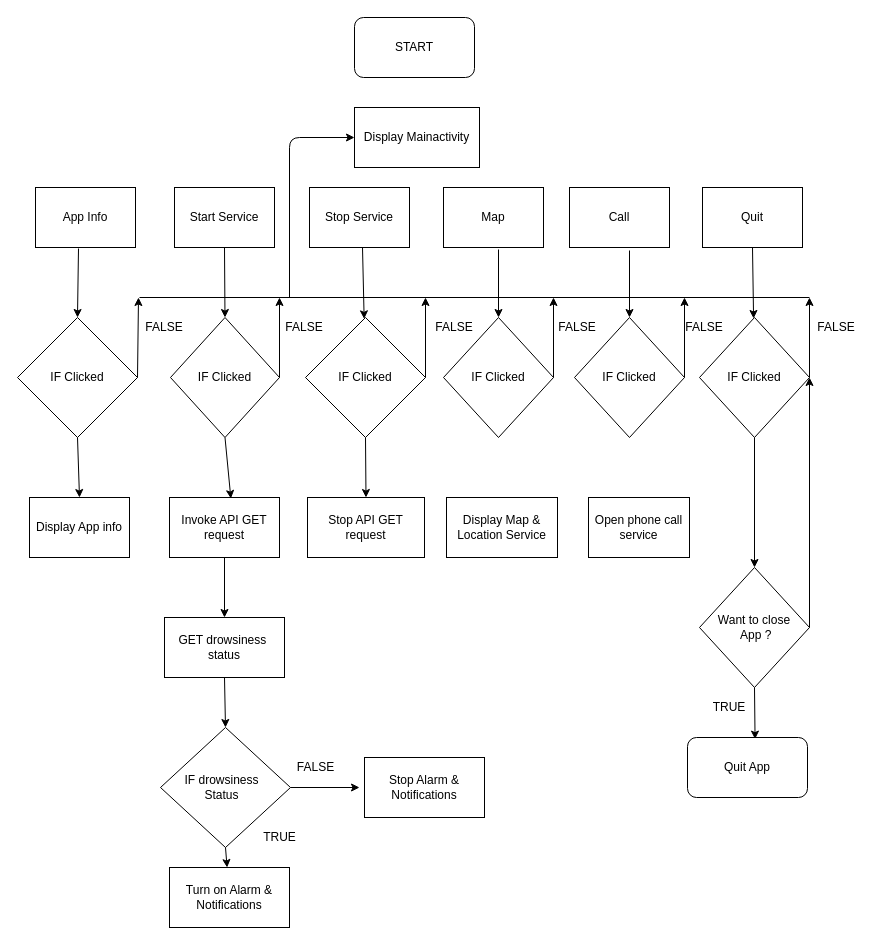
Before: system design flowchart.drawio in jonamadk/DrawIO, a draw.io diagram. Source tidied: cells renumbered, new cells numbered last; positions are measured from the earlier drawing's top-left corner, leaving out a move shared by most shapes. Both pictures are drawn from the tidied source at 100%, with x=0, y=0 at pixel (17, 17).
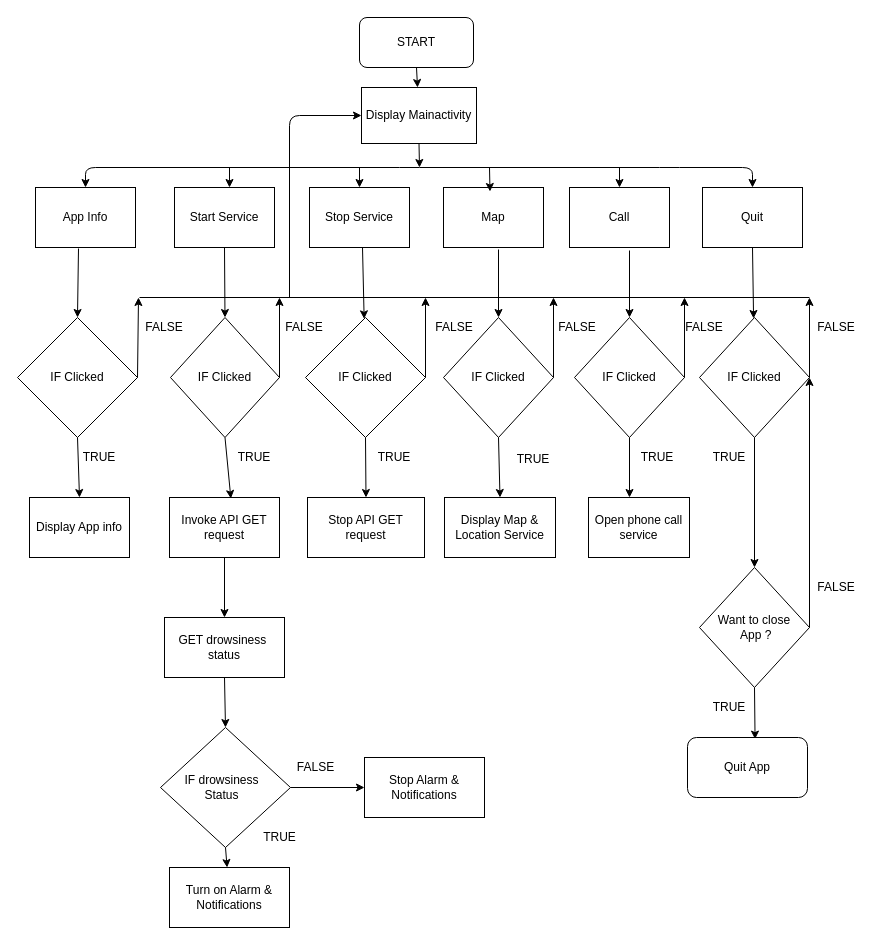
After the change.

The change refers to these unchanged cells:
```xml
<mxCell id="3" value="App Info" style="rounded=0;whiteSpace=wrap;html=1;" parent="1" vertex="1">
  <mxGeometry x="18" y="170" width="100" height="60" as="geometry" />
</mxCell>
<mxCell id="7" value="Stop Service" style="rounded=0;whiteSpace=wrap;html=1;" parent="1" vertex="1">
  <mxGeometry x="292" y="170" width="100" height="60" as="geometry" />
</mxCell>
<mxCell id="9" value="Call" style="rounded=0;whiteSpace=wrap;html=1;" parent="1" vertex="1">
  <mxGeometry x="552" y="170" width="100" height="60" as="geometry" />
</mxCell>
<mxCell id="12" value="IF Clicked" style="rhombus;whiteSpace=wrap;html=1;" parent="1" vertex="1">
  <mxGeometry x="426" y="300" width="110" height="120" as="geometry" />
</mxCell>
<mxCell id="13" value="IF Clicked" style="rhombus;whiteSpace=wrap;html=1;" parent="1" vertex="1">
  <mxGeometry x="557" y="300" width="110" height="120" as="geometry" />
</mxCell>
<mxCell id="17" style="rhombus;whiteSpace=wrap;html=1;" parent="1" vertex="1">
  <mxGeometry x="143" y="710" width="130" height="120" as="geometry" />
</mxCell>
<mxCell id="20" value="Stop Alarm &amp;amp; Notifications" style="rounded=0;whiteSpace=wrap;html=1;" parent="1" vertex="1">
  <mxGeometry x="347" y="740" width="120" height="60" as="geometry" />
</mxCell>
<mxCell id="33" value="Quit" style="rounded=0;whiteSpace=wrap;html=1;" parent="1" vertex="1">
  <mxGeometry x="685" y="170" width="100" height="60" as="geometry" />
</mxCell>
```

What changed in the source:
```diff
@@
     <mxCell id="2" value="START&lt;br&gt;" style="rounded=1;whiteSpace=wrap;html=1;" parent="1" vertex="1">
-      <mxGeometry x="337" width="120" height="60" as="geometry" />
+      <mxGeometry x="342" width="114" height="50" as="geometry" />
     </mxCell>
@@
     <mxCell id="4" value="Display Mainactivity" style="rounded=0;whiteSpace=wrap;html=1;" parent="1" vertex="1">
-      <mxGeometry x="337" y="90" width="125" height="60" as="geometry" />
+      <mxGeometry x="344" y="70" width="115" height="56" as="geometry" />
     </mxCell>
@@
-    <mxCell id="24" style="endArrow=classic;html=1;exitX=1;exitY=0.5;exitDx=0;exitDy=0;" parent="1" edge="1" source="17">
-      <mxGeometry relative="1" as="geometry">
-        <mxPoint x="342" y="770" as="targetPoint" />
-      </mxGeometry>
+    <mxCell id="24" style="endArrow=classic;html=1;exitX=1;exitY=0.5;exitDx=0;exitDy=0;entryX=0;entryY=0.5;entryDx=0;entryDy=0;" parent="1" edge="1" source="17" target="20">
+      <mxGeometry relative="1" as="geometry" />
     </mxCell>
@@
     <mxCell id="31" value="Display Map &amp;amp; Location Service" style="rounded=0;whiteSpace=wrap;html=1;" parent="1" vertex="1">
-      <mxGeometry x="429" y="480" width="111" height="60" as="geometry" />
+      <mxGeometry x="427" y="480" width="111" height="60" as="geometry" />
     </mxCell>
@@
     <mxCell id="37" style="endArrow=classic;html=1;entryX=0;entryY=0.5;entryDx=0;entryDy=0;" parent="1" edge="1" target="4">
       <mxGeometry relative="1" as="geometry">
         <mxPoint x="272" y="280" as="sourcePoint" />
         <Array as="points">
-          <mxPoint x="272" y="120" />
+          <mxPoint x="272" y="98" />
         </Array>
       </mxGeometry>
     </mxCell>
@@
+    <mxCell id="61" value="FALSE" style="text;html=1;strokeColor=none;fillColor=none;align=center;verticalAlign=middle;whiteSpace=wrap;rounded=0;" parent="1" vertex="1">
+      <mxGeometry x="799" y="560" width="40" height="20" as="geometry" />
+    </mxCell>
+    <mxCell id="62" value="TRUE" style="text;html=1;strokeColor=none;fillColor=none;align=center;verticalAlign=middle;whiteSpace=wrap;rounded=0;" parent="1" vertex="1">
+      <mxGeometry x="62" y="430" width="40" height="20" as="geometry" />
+    </mxCell>
+    <mxCell id="63" value="TRUE" style="text;html=1;strokeColor=none;fillColor=none;align=center;verticalAlign=middle;whiteSpace=wrap;rounded=0;" parent="1" vertex="1">
+      <mxGeometry x="217" y="430" width="40" height="20" as="geometry" />
+    </mxCell>
+    <mxCell id="64" value="TRUE" style="text;html=1;strokeColor=none;fillColor=none;align=center;verticalAlign=middle;whiteSpace=wrap;rounded=0;" parent="1" vertex="1">
+      <mxGeometry x="357" y="430" width="40" height="20" as="geometry" />
+    </mxCell>
+    <mxCell id="65" value="TRUE" style="text;html=1;strokeColor=none;fillColor=none;align=center;verticalAlign=middle;whiteSpace=wrap;rounded=0;" parent="1" vertex="1">
+      <mxGeometry x="496" y="432" width="40" height="20" as="geometry" />
+    </mxCell>
+    <mxCell id="66" style="endArrow=classic;html=1;exitX=0.5;exitY=1;exitDx=0;exitDy=0;entryX=0.5;entryY=0;entryDx=0;entryDy=0;" parent="1" edge="1" source="12" target="31">
+      <mxGeometry relative="1" as="geometry" />
+    </mxCell>
+    <mxCell id="67" style="endArrow=classic;html=1;exitX=0.5;exitY=1;exitDx=0;exitDy=0;" parent="1" edge="1" source="13">
+      <mxGeometry relative="1" as="geometry">
+        <mxPoint x="612" y="480" as="targetPoint" />
+      </mxGeometry>
+    </mxCell>
+    <mxCell id="68" value="TRUE" style="text;html=1;strokeColor=none;fillColor=none;align=center;verticalAlign=middle;whiteSpace=wrap;rounded=0;" parent="1" vertex="1">
+      <mxGeometry x="620" y="430" width="40" height="20" as="geometry" />
+    </mxCell>
+    <mxCell id="69" style="endArrow=classic;startArrow=classic;html=1;exitX=0.5;exitY=0;exitDx=0;exitDy=0;entryX=0.5;entryY=0;entryDx=0;entryDy=0;" parent="1" edge="1" source="3" target="33">
+      <mxGeometry relative="1" as="geometry">
+        <Array as="points">
+          <mxPoint x="68" y="150" />
+          <mxPoint x="392" y="150" />
+          <mxPoint x="652" y="150" />
+          <mxPoint x="735" y="150" />
+        </Array>
+      </mxGeometry>
+    </mxCell>
+    <mxCell id="70" style="endArrow=classic;html=1;exitX=0.5;exitY=1;exitDx=0;exitDy=0;" parent="1" edge="1" source="4">
+      <mxGeometry relative="1" as="geometry">
+        <mxPoint x="402" y="150" as="targetPoint" />
+      </mxGeometry>
+    </mxCell>
+    <mxCell id="71" style="endArrow=classic;html=1;" parent="1" edge="1" target="7">
+      <mxGeometry relative="1" as="geometry">
+        <mxPoint x="342" y="150" as="sourcePoint" />
+      </mxGeometry>
+    </mxCell>
+    <mxCell id="72" style="endArrow=classic;html=1;exitX=0.5;exitY=1;exitDx=0;exitDy=0;" parent="1" edge="1">
+      <mxGeometry relative="1" as="geometry">
+        <mxPoint x="472" y="150" as="sourcePoint" />
+        <mxPoint x="472.5" y="174" as="targetPoint" />
+      </mxGeometry>
+    </mxCell>
+    <mxCell id="73" style="endArrow=classic;html=1;entryX=0.5;entryY=0;entryDx=0;entryDy=0;" parent="1" edge="1" target="9">
+      <mxGeometry relative="1" as="geometry">
+        <mxPoint x="602" y="150" as="sourcePoint" />
+      </mxGeometry>
+    </mxCell>
+    <mxCell id="74" style="endArrow=classic;html=1;" parent="1" edge="1">
+      <mxGeometry relative="1" as="geometry">
+        <mxPoint x="212" y="150" as="sourcePoint" />
+        <mxPoint x="212" y="170" as="targetPoint" />
+      </mxGeometry>
+    </mxCell>
+    <mxCell id="75" style="endArrow=classic;html=1;exitX=0.5;exitY=1;exitDx=0;exitDy=0;" parent="1" edge="1" source="2" target="4">
+      <mxGeometry relative="1" as="geometry" />
+    </mxCell>
+    <mxCell id="76" value="TRUE" style="text;html=1;strokeColor=none;fillColor=none;align=center;verticalAlign=middle;whiteSpace=wrap;rounded=0;" parent="1" vertex="1">
+      <mxGeometry x="692" y="430" width="40" height="20" as="geometry" />
+    </mxCell>
```
